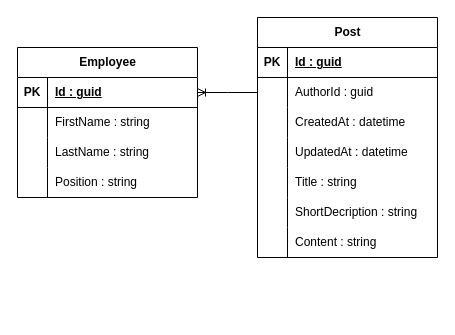
The draw.io diagram Description/Newsfeed/NewsFeed.drawio in Fox5113/corporate-social-system, before the edit. Source tidied: cells renumbered, new cells numbered last; positions are measured from the earlier drawing's top-left corner, leaving out a move shared by most shapes. Both pictures are drawn from the tidied source at 100%, with x=0, y=0 at pixel (17, 17).
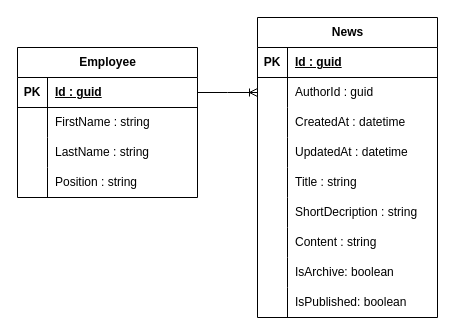
The same page after the edit.

Unchanged cells that the change refers to:
```xml
<mxCell id="6" style="shape=tableRow;horizontal=0;startSize=0;swimlaneHead=0;swimlaneBody=0;fillColor=none;points=[[0,0.5],[1,0.5]];portConstraint=eastwest;top=0;left=0;right=0;bottom=0;" parent="2" vertex="1">
  <mxGeometry y="60" width="180" height="30" as="geometry" />
</mxCell>
<mxCell id="25" style="shape=tableRow;horizontal=0;startSize=0;swimlaneHead=0;swimlaneBody=0;fillColor=none;points=[[0,0.5],[1,0.5]];portConstraint=eastwest;top=0;left=0;right=0;bottom=1;" parent="24" vertex="1">
  <mxGeometry y="30" width="180" height="30" as="geometry" />
</mxCell>
```

Change to the diagram source:
```diff
@@
-    <mxCell id="2" value="Post" style="shape=table;startSize=30;childLayout=tableLayout;rowLines=0;fontStyle=1;align=center;html=1;" parent="1" vertex="1">
-      <mxGeometry x="240" width="180" height="240" as="geometry" />
+    <mxCell id="2" value="News" style="shape=table;startSize=30;childLayout=tableLayout;rowLines=0;fontStyle=1;align=center;html=1;" parent="1" vertex="1">
+      <mxGeometry x="240" width="180" height="300" as="geometry" />
     </mxCell>
@@
+    <mxCell id="38" style="shape=tableRow;horizontal=0;startSize=0;swimlaneHead=0;swimlaneBody=0;fillColor=none;top=0;left=0;right=0;bottom=0;" parent="2" vertex="1">
+      <mxGeometry y="240" width="180" height="30" as="geometry" />
+    </mxCell>
+    <mxCell id="39" style="shape=partialRectangle;fillColor=none;top=0;left=0;bottom=0;right=0;overflow=hidden;whiteSpace=wrap;html=1;" parent="38" vertex="1">
+      <mxGeometry width="30" height="30" as="geometry" />
+    </mxCell>
+    <mxCell id="40" value="IsArchive: boolean" style="shape=partialRectangle;fillColor=none;top=0;left=0;bottom=0;right=0;align=left;spacingLeft=6;overflow=hidden;whiteSpace=wrap;html=1;" parent="38" vertex="1">
+      <mxGeometry x="30" width="150" height="30" as="geometry" />
+    </mxCell>
+    <mxCell id="41" style="shape=tableRow;horizontal=0;startSize=0;swimlaneHead=0;swimlaneBody=0;fillColor=none;top=0;left=0;right=0;bottom=0;" parent="2" vertex="1">
+      <mxGeometry y="270" width="180" height="30" as="geometry" />
+    </mxCell>
+    <mxCell id="42" style="shape=partialRectangle;fillColor=none;top=0;left=0;bottom=0;right=0;overflow=hidden;whiteSpace=wrap;html=1;" parent="41" vertex="1">
+      <mxGeometry width="30" height="30" as="geometry" />
+    </mxCell>
+    <mxCell id="43" value="IsPublished: boolean" style="shape=partialRectangle;fillColor=none;top=0;left=0;bottom=0;right=0;align=left;spacingLeft=6;overflow=hidden;whiteSpace=wrap;html=1;" parent="41" vertex="1">
+      <mxGeometry x="30" width="150" height="30" as="geometry" />
+    </mxCell>
@@
-    <mxCell id="37" style="edgeStyle=entityRelationEdgeStyle;fontSize=12;html=1;endArrow=ERoneToMany;rounded=0;entryX=1;entryY=0.5;entryDx=0;entryDy=0;exitX=0;exitY=0.5;exitDx=0;exitDy=0;" parent="1" edge="1" source="6" target="25">
+    <mxCell id="37" style="edgeStyle=entityRelationEdgeStyle;fontSize=12;html=1;endArrow=ERoneToMany;rounded=0;entryX=0;entryY=0.5;entryDx=0;entryDy=0;exitX=1;exitY=0.5;exitDx=0;exitDy=0;" parent="1" edge="1" source="25" target="6">
       <mxGeometry relative="1" as="geometry" />
     </mxCell>
```
